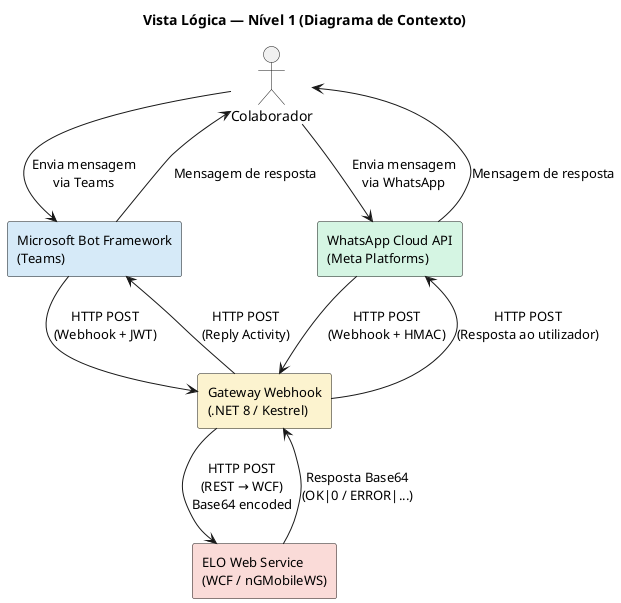
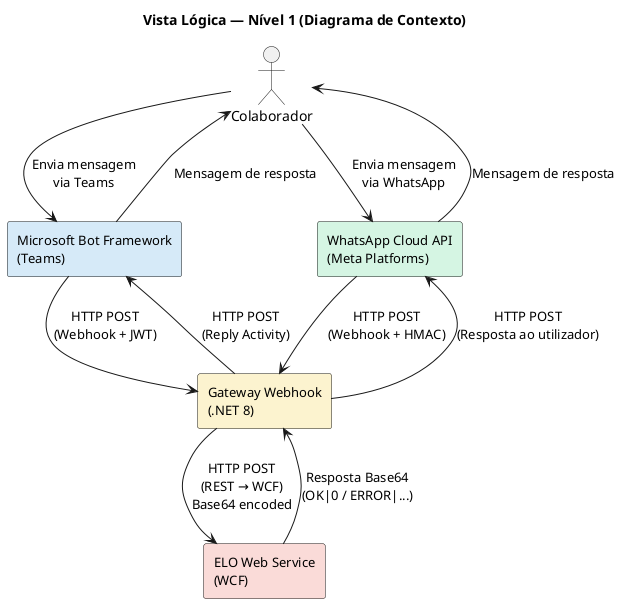
@startuml vista_logica_n1
skinparam backgroundColor #FFFFFF
skinparam shadowing false
skinparam defaultFontName "Segoe UI"
skinparam rectangleFontSize 13
skinparam componentFontSize 12
skinparam noteFontSize 11

title Vista Lógica — Nível 1 (Diagrama de Contexto)

' ─── Atores / Sistemas Externos ───────────────────────────
actor "Colaborador" as user

rectangle "WhatsApp Cloud API\n(Meta Platforms)" as whatsapp #D5F5E3 {
}

rectangle "Microsoft Bot Framework\n(Teams)" as teams #D6EAF8 {
}

- rectangle "ELO Web Service\n(WCF / nGMobileWS)" as elo #FADBD8 {
+ rectangle "ELO Web Service\n(WCF)" as elo #FADBD8 {
}

' ─── Sistema Central ──────────────────────────────────────
- rectangle "Gateway Webhook\n(.NET 8 / Kestrel)" as gateway #FCF3CF {
+ rectangle "Gateway Webhook\n(.NET 8)" as gateway #FCF3CF {
}

' ─── Fluxo ────────────────────────────────────────────────
user -down-> whatsapp : "Envia mensagem\nvia WhatsApp"
user -down-> teams : "Envia mensagem\nvia Teams"

whatsapp -down-> gateway : "HTTP POST\n(Webhook + HMAC)"
teams -down-> gateway : "HTTP POST\n(Webhook + JWT)"

gateway -down-> elo : "HTTP POST\n(REST → WCF)\nBase64 encoded"

elo -up-> gateway : "Resposta Base64\n(OK|0 / ERROR|...)"

gateway -up-> whatsapp : "HTTP POST\n(Resposta ao utilizador)"
gateway -up-> teams : "HTTP POST\n(Reply Activity)"

whatsapp -up-> user : "Mensagem de resposta"
teams -up-> user : "Mensagem de resposta"

@enduml
